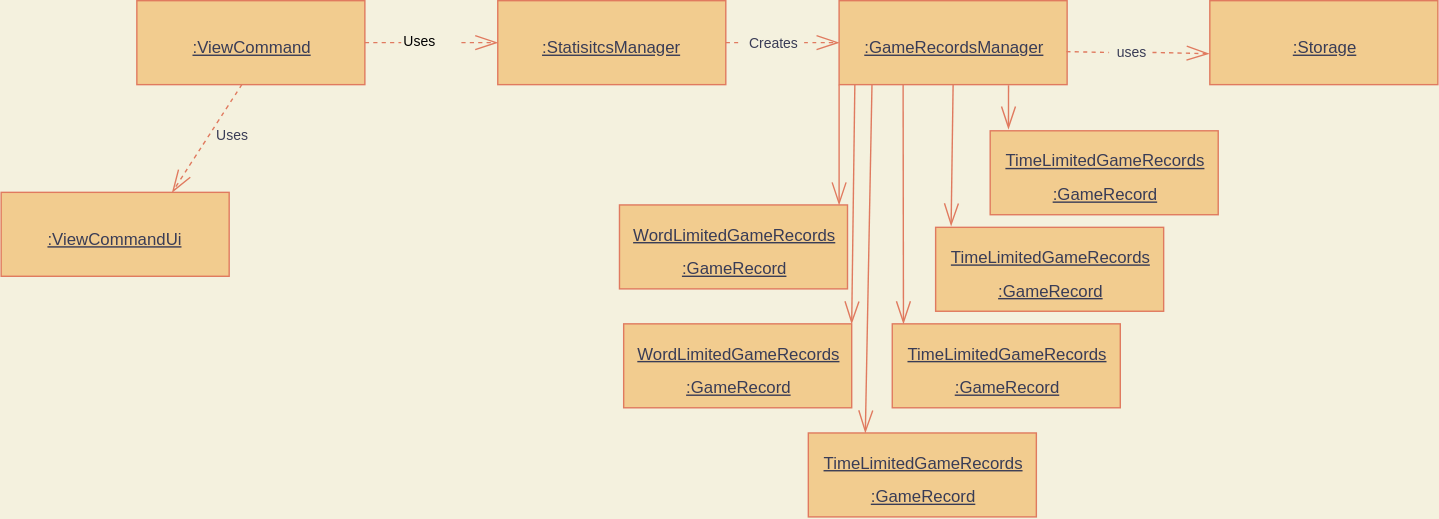
Above: docs/diagrams/ViewStatistics-4.drawio.svg in nus-cs2113-AY2122S1/tp (draw.io), before the change. Source tidied: cells renumbered, new cells last; positions are measured from the earlier drawing's top-left corner, leaving out a move shared by most shapes. The source it was exported from:
```xml
<mxGraphModel background="#F4F1DE">
  <root>
    <mxCell id="0" />
    <mxCell id="1" parent="0" />
    <mxCell id="2" style="edgeStyle=none;rounded=0;sketch=0;hachureGap=4;jettySize=auto;html=1;exitX=1;exitY=0.5;exitDx=0;exitDy=0;fontFamily=Architects Daughter;fontSource=https%3A%2F%2Ffonts.googleapis.com%2Fcss%3Ffamily%3DArchitects%2BDaughter;fontSize=16;endArrow=openThin;startSize=14;endSize=14;targetPerimeterSpacing=8;entryX=0;entryY=0.5;entryDx=0;entryDy=0;endFill=0;strokeColor=#E07A5F;fontColor=#393C56;dashed=1;startArrow=none;startFill=0;labelBackgroundColor=#F4F1DE;" parent="1" edge="1" source="14" target="4">
      <mxGeometry relative="1" as="geometry" />
    </mxCell>
    <mxCell id="3" style="edgeStyle=none;curved=1;rounded=1;sketch=0;hachureGap=4;jettySize=auto;html=1;exitX=1;exitY=0.5;exitDx=0;exitDy=0;entryX=0;entryY=0.5;entryDx=0;entryDy=0;dashed=1;fontFamily=Helvetica;fontSize=10;fontColor=#393C56;startArrow=none;startFill=0;endArrow=openThin;endFill=0;startSize=14;endSize=14;targetPerimeterSpacing=8;strokeColor=#E07A5F;fillColor=#F2CC8F;labelBackgroundColor=#F4F1DE;" parent="1" edge="1" source="12" target="6">
      <mxGeometry relative="1" as="geometry" />
    </mxCell>
    <mxCell id="4" value="&lt;font face=&quot;Helvetica&quot; style=&quot;font-size: 12px&quot;&gt;&lt;u&gt;:StatisitcsManager&lt;/u&gt;&lt;/font&gt;" style="html=1;sketch=0;hachureGap=4;fontFamily=Architects Daughter;fontSource=https%3A%2F%2Ffonts.googleapis.com%2Fcss%3Ffamily%3DArchitects%2BDaughter;fontSize=20;fillColor=#F2CC8F;strokeColor=#E07A5F;fontColor=#393C56;" parent="1" vertex="1">
      <mxGeometry x="355" width="163" height="60" as="geometry" />
    </mxCell>
    <mxCell id="5" value="&lt;font face=&quot;Helvetica&quot; style=&quot;font-size: 12px&quot;&gt;&lt;u&gt;:ViewCommand&lt;/u&gt;&lt;/font&gt;" style="html=1;sketch=0;hachureGap=4;fontFamily=Architects Daughter;fontSource=https%3A%2F%2Ffonts.googleapis.com%2Fcss%3Ffamily%3DArchitects%2BDaughter;fontSize=20;fillColor=#F2CC8F;strokeColor=#E07A5F;fontColor=#393C56;" parent="1" vertex="1">
      <mxGeometry x="97" width="163" height="60" as="geometry" />
    </mxCell>
    <mxCell id="6" value="&lt;font face=&quot;Helvetica&quot; style=&quot;font-size: 12px&quot;&gt;&lt;u&gt;:GameRecordsManager&lt;/u&gt;&lt;/font&gt;" style="html=1;sketch=0;hachureGap=4;fontFamily=Architects Daughter;fontSource=https%3A%2F%2Ffonts.googleapis.com%2Fcss%3Ffamily%3DArchitects%2BDaughter;fontSize=20;fillColor=#F2CC8F;strokeColor=#E07A5F;fontColor=#393C56;" parent="1" vertex="1">
      <mxGeometry x="599" width="163" height="60" as="geometry" />
    </mxCell>
    <mxCell id="7" value="&lt;font face=&quot;Helvetica&quot; style=&quot;font-size: 12px&quot;&gt;&lt;u&gt;WordLimitedGameRecords&lt;br&gt;:GameRecord&lt;/u&gt;&lt;/font&gt;" style="html=1;sketch=0;hachureGap=4;fontFamily=Architects Daughter;fontSource=https%3A%2F%2Ffonts.googleapis.com%2Fcss%3Ffamily%3DArchitects%2BDaughter;fontSize=20;fillColor=#F2CC8F;strokeColor=#E07A5F;fontColor=#393C56;" parent="1" vertex="1">
      <mxGeometry x="445" y="231" width="163" height="60" as="geometry" />
    </mxCell>
    <mxCell id="8" style="edgeStyle=none;rounded=0;sketch=0;hachureGap=4;jettySize=auto;html=1;exitX=1;exitY=0;exitDx=0;exitDy=0;fontFamily=Architects Daughter;fontSource=https%3A%2F%2Ffonts.googleapis.com%2Fcss%3Ffamily%3DArchitects%2BDaughter;fontSize=16;endArrow=none;startSize=14;endSize=14;sourcePerimeterSpacing=8;targetPerimeterSpacing=8;endFill=0;strokeColor=#E07A5F;fontColor=#393C56;entryX=0.069;entryY=0.997;entryDx=0;entryDy=0;startArrow=openThin;startFill=0;labelBackgroundColor=#F4F1DE;entryPerimeter=0;" parent="1" edge="1" source="7" target="6">
      <mxGeometry relative="1" as="geometry" />
    </mxCell>
    <mxCell id="9" style="edgeStyle=none;rounded=0;sketch=0;hachureGap=4;jettySize=auto;html=1;exitX=0.25;exitY=0;exitDx=0;exitDy=0;fontFamily=Architects Daughter;fontSource=https%3A%2F%2Ffonts.googleapis.com%2Fcss%3Ffamily%3DArchitects%2BDaughter;fontSize=16;endArrow=none;startSize=14;endSize=14;sourcePerimeterSpacing=8;targetPerimeterSpacing=8;endFill=0;strokeColor=#E07A5F;fontColor=#393C56;entryX=0.5;entryY=1;entryDx=0;entryDy=0;startArrow=openThin;startFill=0;labelBackgroundColor=#F4F1DE;" parent="1" edge="1" source="10">
      <mxGeometry relative="1" as="geometry">
        <mxPoint x="622.5" y="60" as="targetPoint" />
      </mxGeometry>
    </mxCell>
    <mxCell id="10" value="&lt;font face=&quot;Helvetica&quot; style=&quot;font-size: 12px&quot;&gt;&lt;u&gt;TimeLimitedGameRecords&lt;br&gt;:GameRecord&lt;/u&gt;&lt;/font&gt;" style="html=1;sketch=0;hachureGap=4;fontFamily=Architects Daughter;fontSource=https%3A%2F%2Ffonts.googleapis.com%2Fcss%3Ffamily%3DArchitects%2BDaughter;fontSize=20;fillColor=#F2CC8F;strokeColor=#E07A5F;fontColor=#393C56;" parent="1" vertex="1">
      <mxGeometry x="577" y="309" width="163" height="60" as="geometry" />
    </mxCell>
    <mxCell id="11" value="&lt;font face=&quot;Helvetica&quot; style=&quot;font-size: 12px&quot;&gt;&lt;u&gt;:Storage&lt;/u&gt;&lt;/font&gt;" style="html=1;sketch=0;hachureGap=4;fontFamily=Architects Daughter;fontSource=https%3A%2F%2Ffonts.googleapis.com%2Fcss%3Ffamily%3DArchitects%2BDaughter;fontSize=20;fillColor=#F2CC8F;strokeColor=#E07A5F;fontColor=#393C56;" parent="1" vertex="1">
      <mxGeometry x="864" width="163" height="60" as="geometry" />
    </mxCell>
    <mxCell id="12" value="Creates" style="text;html=1;align=center;verticalAlign=middle;points=[];strokeColor=none;fillColor=none;rounded=0;labelBackgroundColor=none;sketch=1;hachureGap=4;fontFamily=Helvetica;fontSize=10;fontColor=#393C56;" parent="1" vertex="1">
      <mxGeometry x="529" y="22" width="45" height="16" as="geometry" />
    </mxCell>
    <mxCell id="13" style="edgeStyle=none;curved=1;rounded=1;sketch=0;hachureGap=4;jettySize=auto;html=1;exitX=1;exitY=0.5;exitDx=0;exitDy=0;entryX=0;entryY=0.5;entryDx=0;entryDy=0;dashed=1;fontFamily=Helvetica;fontSize=10;fontColor=#393C56;startArrow=none;startFill=0;endArrow=none;endFill=0;startSize=14;endSize=14;sourcePerimeterSpacing=8;strokeColor=#E07A5F;fillColor=#F2CC8F;labelBackgroundColor=#F4F1DE;" parent="1" edge="1" source="4" target="12">
      <mxGeometry relative="1" as="geometry" />
    </mxCell>
    <mxCell id="14" value="&lt;span style=&quot;color: rgb(0 , 0 , 0) ; font-family: &amp;#34;helvetica&amp;#34; ; font-size: 10px ; font-style: normal ; font-weight: 400 ; letter-spacing: normal ; text-align: center ; text-indent: 0px ; text-transform: none ; word-spacing: 0px ; display: inline ; float: none&quot;&gt;Uses&lt;/span&gt;" style="text;whiteSpace=wrap;html=1;fontSize=10;fontFamily=Helvetica;fontColor=#393C56;" parent="1" vertex="1">
      <mxGeometry x="286" y="17" width="43" height="26" as="geometry" />
    </mxCell>
    <mxCell id="15" style="edgeStyle=none;rounded=0;sketch=0;hachureGap=4;jettySize=auto;html=1;exitX=1;exitY=0.5;exitDx=0;exitDy=0;fontFamily=Architects Daughter;fontSource=https%3A%2F%2Ffonts.googleapis.com%2Fcss%3Ffamily%3DArchitects%2BDaughter;fontSize=16;endArrow=none;startSize=14;endSize=14;sourcePerimeterSpacing=8;entryX=0;entryY=0.5;entryDx=0;entryDy=0;endFill=0;strokeColor=#E07A5F;fontColor=#393C56;dashed=1;startArrow=none;startFill=0;labelBackgroundColor=#F4F1DE;" parent="1" edge="1" source="5" target="14">
      <mxGeometry relative="1" as="geometry" />
    </mxCell>
    <mxCell id="16" value="&lt;font face=&quot;Helvetica&quot; style=&quot;font-size: 12px&quot;&gt;&lt;u&gt;:ViewCommandUi&lt;/u&gt;&lt;/font&gt;" style="html=1;sketch=0;hachureGap=4;fontFamily=Architects Daughter;fontSource=https%3A%2F%2Ffonts.googleapis.com%2Fcss%3Ffamily%3DArchitects%2BDaughter;fontSize=20;fillColor=#F2CC8F;strokeColor=#E07A5F;fontColor=#393C56;" parent="1" vertex="1">
      <mxGeometry y="137" width="163" height="60" as="geometry" />
    </mxCell>
    <mxCell id="17" style="edgeStyle=none;curved=1;rounded=1;sketch=0;hachureGap=4;jettySize=auto;html=1;entryX=0.75;entryY=0;entryDx=0;entryDy=0;dashed=1;fontFamily=Helvetica;fontSize=12;fontColor=#393C56;startArrow=none;startFill=0;endArrow=openThin;endFill=0;startSize=14;endSize=14;sourcePerimeterSpacing=8;targetPerimeterSpacing=8;strokeColor=#E07A5F;fillColor=#F2CC8F;exitX=1;exitY=1;exitDx=0;exitDy=0;labelBackgroundColor=#F4F1DE;" parent="1" edge="1" target="16">
      <mxGeometry x="0.12" y="4" relative="1" as="geometry">
        <mxPoint x="172" y="60" as="sourcePoint" />
      </mxGeometry>
    </mxCell>
    <mxCell id="18" value="&lt;font face=&quot;Helvetica&quot;&gt;&lt;span style=&quot;font-size: 10px&quot;&gt;Uses&lt;/span&gt;&lt;/font&gt;" style="text;html=1;align=center;verticalAlign=middle;strokeColor=none;fillColor=none;rounded=0;sketch=1;hachureGap=4;fontFamily=Architects Daughter;fontSource=https%3A%2F%2Ffonts.googleapis.com%2Fcss%3Ffamily%3DArchitects%2BDaughter;fontSize=20;fontColor=#393C56;" parent="1" vertex="1">
      <mxGeometry x="149" y="76" width="33" height="32" as="geometry" />
    </mxCell>
    <mxCell id="19" style="edgeStyle=none;curved=1;rounded=1;sketch=0;hachureGap=4;jettySize=auto;html=1;exitX=1;exitY=0.5;exitDx=0;exitDy=0;entryX=-0.003;entryY=0.631;entryDx=0;entryDy=0;dashed=1;fontFamily=Helvetica;fontSize=10;fontColor=#393C56;startArrow=none;startFill=0;endArrow=openThin;endFill=0;startSize=14;endSize=14;targetPerimeterSpacing=8;strokeColor=#E07A5F;fillColor=#F2CC8F;labelBackgroundColor=#F4F1DE;entryPerimeter=0;" parent="1" edge="1" source="20" target="11">
      <mxGeometry relative="1" as="geometry" />
    </mxCell>
    <mxCell id="20" value="uses" style="text;html=1;align=center;verticalAlign=middle;points=[];strokeColor=none;fillColor=none;rounded=0;labelBackgroundColor=none;sketch=1;hachureGap=4;fontFamily=Helvetica;fontSize=10;fontColor=#393C56;" parent="1" vertex="1">
      <mxGeometry x="792" y="29" width="31" height="16" as="geometry" />
    </mxCell>
    <mxCell id="21" style="edgeStyle=none;curved=1;rounded=1;sketch=0;hachureGap=4;jettySize=auto;html=1;exitX=0.997;exitY=0.607;exitDx=0;exitDy=0;entryX=0;entryY=0.5;entryDx=0;entryDy=0;dashed=1;fontFamily=Helvetica;fontSize=10;fontColor=#393C56;startArrow=none;startFill=0;endArrow=none;endFill=0;startSize=14;endSize=14;sourcePerimeterSpacing=8;strokeColor=#E07A5F;fillColor=#F2CC8F;labelBackgroundColor=#F4F1DE;exitPerimeter=0;" parent="1" edge="1" source="6" target="20">
      <mxGeometry relative="1" as="geometry" />
    </mxCell>
    <mxCell id="22" style="edgeStyle=none;rounded=0;sketch=0;hachureGap=4;jettySize=auto;html=1;fontFamily=Architects Daughter;fontSource=https://fonts.googleapis.com/css?family=Architects+Daughter;fontSize=16;endArrow=none;startSize=14;endSize=14;sourcePerimeterSpacing=8;targetPerimeterSpacing=8;endFill=0;strokeColor=#E07A5F;fontColor=#393C56;startArrow=openThin;startFill=0;labelBackgroundColor=#F4F1DE;exitX=1;exitY=0;exitDx=0;exitDy=0;entryX=0;entryY=1;entryDx=0;entryDy=0;" parent="1" edge="1" target="6">
      <mxGeometry relative="1" as="geometry">
        <mxPoint x="599" y="146" as="sourcePoint" />
      </mxGeometry>
    </mxCell>
    <mxCell id="23" style="edgeStyle=none;rounded=0;sketch=0;hachureGap=4;jettySize=auto;html=1;exitX=0.117;exitY=0.017;exitDx=0;exitDy=0;fontFamily=Architects Daughter;fontSource=https://fonts.googleapis.com/css?family=Architects+Daughter;fontSize=16;endArrow=none;startSize=14;endSize=14;sourcePerimeterSpacing=8;targetPerimeterSpacing=8;endFill=0;strokeColor=#E07A5F;fontColor=#393C56;entryX=0.5;entryY=1;entryDx=0;entryDy=0;startArrow=openThin;startFill=0;labelBackgroundColor=#F4F1DE;exitPerimeter=0;" parent="1" edge="1" target="6">
      <mxGeometry relative="1" as="geometry">
        <mxPoint x="679.1" y="161" as="sourcePoint" />
      </mxGeometry>
    </mxCell>
    <mxCell id="24" style="edgeStyle=none;rounded=0;sketch=0;hachureGap=4;orthogonalLoop=1;jettySize=auto;html=1;fontFamily=Architects Daughter;fontSource=https://fonts.googleapis.com/css?family=Architects+Daughter;fontSize=16;endArrow=none;startSize=14;endSize=14;sourcePerimeterSpacing=8;targetPerimeterSpacing=8;endFill=0;strokeColor=#E07A5F;fontColor=#393C56;entryX=0;entryY=1;entryDx=0;entryDy=0;startArrow=openThin;startFill=0;labelBackgroundColor=#F4F1DE;" parent="1" edge="1">
      <mxGeometry relative="1" as="geometry">
        <mxPoint x="645" y="231" as="sourcePoint" />
        <mxPoint x="644.8" y="60" as="targetPoint" />
      </mxGeometry>
    </mxCell>
    <mxCell id="25" style="edgeStyle=none;rounded=0;sketch=0;hachureGap=4;jettySize=auto;html=1;exitX=0.117;exitY=-0.004;exitDx=0;exitDy=0;fontFamily=Architects Daughter;fontSource=https://fonts.googleapis.com/css?family=Architects+Daughter;fontSize=16;endArrow=none;startSize=14;endSize=14;sourcePerimeterSpacing=8;targetPerimeterSpacing=8;endFill=0;strokeColor=#E07A5F;fontColor=#393C56;startArrow=openThin;startFill=0;labelBackgroundColor=#F4F1DE;exitPerimeter=0;entryX=0.743;entryY=1.006;entryDx=0;entryDy=0;entryPerimeter=0;" parent="1" edge="1" target="6">
      <mxGeometry relative="1" as="geometry">
        <mxPoint x="720.1" y="91.8" as="sourcePoint" />
      </mxGeometry>
    </mxCell>
    <mxCell id="26" value="&lt;font face=&quot;Helvetica&quot; style=&quot;font-size: 12px&quot;&gt;&lt;u&gt;TimeLimitedGameRecords&lt;br&gt;:GameRecord&lt;/u&gt;&lt;/font&gt;" style="html=1;sketch=0;hachureGap=4;fontFamily=Architects Daughter;fontSource=https://fonts.googleapis.com/css?family=Architects+Daughter;fontSize=20;fillColor=#F2CC8F;strokeColor=#E07A5F;fontColor=#393C56;" parent="1" vertex="1">
      <mxGeometry x="637" y="231" width="163" height="60" as="geometry" />
    </mxCell>
    <mxCell id="27" value="&lt;font face=&quot;Helvetica&quot; style=&quot;font-size: 12px&quot;&gt;&lt;u&gt;TimeLimitedGameRecords&lt;br&gt;:GameRecord&lt;/u&gt;&lt;/font&gt;" style="html=1;sketch=0;hachureGap=4;fontFamily=Architects Daughter;fontSource=https://fonts.googleapis.com/css?family=Architects+Daughter;fontSize=20;fillColor=#F2CC8F;strokeColor=#E07A5F;fontColor=#393C56;" parent="1" vertex="1">
      <mxGeometry x="668" y="162" width="163" height="60" as="geometry" />
    </mxCell>
    <mxCell id="28" value="&lt;font face=&quot;Helvetica&quot; style=&quot;font-size: 12px&quot;&gt;&lt;u&gt;TimeLimitedGameRecords&lt;br&gt;:GameRecord&lt;/u&gt;&lt;/font&gt;" style="html=1;sketch=0;hachureGap=4;fontFamily=Architects Daughter;fontSource=https://fonts.googleapis.com/css?family=Architects+Daughter;fontSize=20;fillColor=#F2CC8F;strokeColor=#E07A5F;fontColor=#393C56;" parent="1" vertex="1">
      <mxGeometry x="707" y="93" width="163" height="60" as="geometry" />
    </mxCell>
    <mxCell id="29" value="&lt;font face=&quot;Helvetica&quot; style=&quot;font-size: 12px&quot;&gt;&lt;u&gt;WordLimitedGameRecords&lt;br&gt;:GameRecord&lt;/u&gt;&lt;/font&gt;" style="html=1;sketch=0;hachureGap=4;fontFamily=Architects Daughter;fontSource=https://fonts.googleapis.com/css?family=Architects+Daughter;fontSize=20;fillColor=#F2CC8F;strokeColor=#E07A5F;fontColor=#393C56;" parent="1" vertex="1">
      <mxGeometry x="442" y="146" width="163" height="60" as="geometry" />
    </mxCell>
  </root>
</mxGraphModel>
```
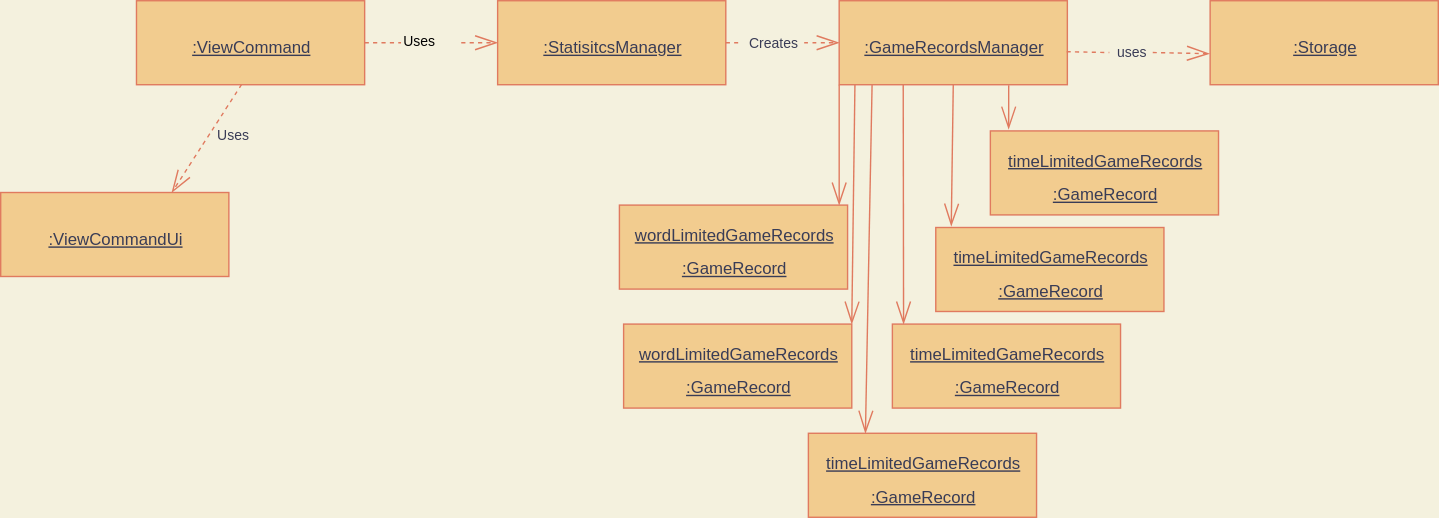
After the change.

Commit message:
Correct format of UserGuide and DeveloperGuide. Correct bug in object diagram.

What changed in the source:
```diff
@@ -17,7 +17,7 @@
     <mxCell id="6" value="&lt;font face=&quot;Helvetica&quot; style=&quot;font-size: 12px&quot;&gt;&lt;u&gt;:GameRecordsManager&lt;/u&gt;&lt;/font&gt;" style="html=1;sketch=0;hachureGap=4;fontFamily=Architects Daughter;fontSource=https%3A%2F%2Ffonts.googleapis.com%2Fcss%3Ffamily%3DArchitects%2BDaughter;fontSize=20;fillColor=#F2CC8F;strokeColor=#E07A5F;fontColor=#393C56;" parent="1" vertex="1">
       <mxGeometry x="599" width="163" height="60" as="geometry" />
     </mxCell>
-    <mxCell id="7" value="&lt;font face=&quot;Helvetica&quot; style=&quot;font-size: 12px&quot;&gt;&lt;u&gt;WordLimitedGameRecords&lt;br&gt;:GameRecord&lt;/u&gt;&lt;/font&gt;" style="html=1;sketch=0;hachureGap=4;fontFamily=Architects Daughter;fontSource=https%3A%2F%2Ffonts.googleapis.com%2Fcss%3Ffamily%3DArchitects%2BDaughter;fontSize=20;fillColor=#F2CC8F;strokeColor=#E07A5F;fontColor=#393C56;" parent="1" vertex="1">
+    <mxCell id="7" value="&lt;font face=&quot;Helvetica&quot; style=&quot;font-size: 12px&quot;&gt;&lt;u&gt;wordLimitedGameRecords&lt;br&gt;:GameRecord&lt;/u&gt;&lt;/font&gt;" style="html=1;sketch=0;hachureGap=4;fontFamily=Architects Daughter;fontSource=https%3A%2F%2Ffonts.googleapis.com%2Fcss%3Ffamily%3DArchitects%2BDaughter;fontSize=20;fillColor=#F2CC8F;strokeColor=#E07A5F;fontColor=#393C56;" parent="1" vertex="1">
       <mxGeometry x="445" y="231" width="163" height="60" as="geometry" />
     </mxCell>
     <mxCell id="8" style="edgeStyle=none;rounded=0;sketch=0;hachureGap=4;jettySize=auto;html=1;exitX=1;exitY=0;exitDx=0;exitDy=0;fontFamily=Architects Daughter;fontSource=https%3A%2F%2Ffonts.googleapis.com%2Fcss%3Ffamily%3DArchitects%2BDaughter;fontSize=16;endArrow=none;startSize=14;endSize=14;sourcePerimeterSpacing=8;targetPerimeterSpacing=8;endFill=0;strokeColor=#E07A5F;fontColor=#393C56;entryX=0.069;entryY=0.997;entryDx=0;entryDy=0;startArrow=openThin;startFill=0;labelBackgroundColor=#F4F1DE;entryPerimeter=0;" parent="1" edge="1" source="7" target="6">
@@ -28,7 +28,7 @@
         <mxPoint x="622.5" y="60" as="targetPoint" />
       </mxGeometry>
     </mxCell>
-    <mxCell id="10" value="&lt;font face=&quot;Helvetica&quot; style=&quot;font-size: 12px&quot;&gt;&lt;u&gt;TimeLimitedGameRecords&lt;br&gt;:GameRecord&lt;/u&gt;&lt;/font&gt;" style="html=1;sketch=0;hachureGap=4;fontFamily=Architects Daughter;fontSource=https%3A%2F%2Ffonts.googleapis.com%2Fcss%3Ffamily%3DArchitects%2BDaughter;fontSize=20;fillColor=#F2CC8F;strokeColor=#E07A5F;fontColor=#393C56;" parent="1" vertex="1">
+    <mxCell id="10" value="&lt;font face=&quot;Helvetica&quot; style=&quot;font-size: 12px&quot;&gt;&lt;u&gt;timeLimitedGameRecords&lt;br&gt;:GameRecord&lt;/u&gt;&lt;/font&gt;" style="html=1;sketch=0;hachureGap=4;fontFamily=Architects Daughter;fontSource=https%3A%2F%2Ffonts.googleapis.com%2Fcss%3Ffamily%3DArchitects%2BDaughter;fontSize=20;fillColor=#F2CC8F;strokeColor=#E07A5F;fontColor=#393C56;" parent="1" vertex="1">
       <mxGeometry x="577" y="309" width="163" height="60" as="geometry" />
     </mxCell>
     <mxCell id="11" value="&lt;font face=&quot;Helvetica&quot; style=&quot;font-size: 12px&quot;&gt;&lt;u&gt;:Storage&lt;/u&gt;&lt;/font&gt;" style="html=1;sketch=0;hachureGap=4;fontFamily=Architects Daughter;fontSource=https%3A%2F%2Ffonts.googleapis.com%2Fcss%3Ffamily%3DArchitects%2BDaughter;fontSize=20;fillColor=#F2CC8F;strokeColor=#E07A5F;fontColor=#393C56;" parent="1" vertex="1">
@@ -87,16 +87,16 @@
         <mxPoint x="720.1" y="91.8" as="sourcePoint" />
       </mxGeometry>
     </mxCell>
-    <mxCell id="26" value="&lt;font face=&quot;Helvetica&quot; style=&quot;font-size: 12px&quot;&gt;&lt;u&gt;TimeLimitedGameRecords&lt;br&gt;:GameRecord&lt;/u&gt;&lt;/font&gt;" style="html=1;sketch=0;hachureGap=4;fontFamily=Architects Daughter;fontSource=https://fonts.googleapis.com/css?family=Architects+Daughter;fontSize=20;fillColor=#F2CC8F;strokeColor=#E07A5F;fontColor=#393C56;" parent="1" vertex="1">
+    <mxCell id="26" value="&lt;font face=&quot;Helvetica&quot; style=&quot;font-size: 12px&quot;&gt;&lt;u&gt;timeLimitedGameRecords&lt;br&gt;:GameRecord&lt;/u&gt;&lt;/font&gt;" style="html=1;sketch=0;hachureGap=4;fontFamily=Architects Daughter;fontSource=https://fonts.googleapis.com/css?family=Architects+Daughter;fontSize=20;fillColor=#F2CC8F;strokeColor=#E07A5F;fontColor=#393C56;" parent="1" vertex="1">
       <mxGeometry x="637" y="231" width="163" height="60" as="geometry" />
     </mxCell>
-    <mxCell id="27" value="&lt;font face=&quot;Helvetica&quot; style=&quot;font-size: 12px&quot;&gt;&lt;u&gt;TimeLimitedGameRecords&lt;br&gt;:GameRecord&lt;/u&gt;&lt;/font&gt;" style="html=1;sketch=0;hachureGap=4;fontFamily=Architects Daughter;fontSource=https://fonts.googleapis.com/css?family=Architects+Daughter;fontSize=20;fillColor=#F2CC8F;strokeColor=#E07A5F;fontColor=#393C56;" parent="1" vertex="1">
+    <mxCell id="27" value="&lt;font face=&quot;Helvetica&quot; style=&quot;font-size: 12px&quot;&gt;&lt;u&gt;timeLimitedGameRecords&lt;br&gt;:GameRecord&lt;/u&gt;&lt;/font&gt;" style="html=1;sketch=0;hachureGap=4;fontFamily=Architects Daughter;fontSource=https://fonts.googleapis.com/css?family=Architects+Daughter;fontSize=20;fillColor=#F2CC8F;strokeColor=#E07A5F;fontColor=#393C56;" parent="1" vertex="1">
       <mxGeometry x="668" y="162" width="163" height="60" as="geometry" />
     </mxCell>
-    <mxCell id="28" value="&lt;font face=&quot;Helvetica&quot; style=&quot;font-size: 12px&quot;&gt;&lt;u&gt;TimeLimitedGameRecords&lt;br&gt;:GameRecord&lt;/u&gt;&lt;/font&gt;" style="html=1;sketch=0;hachureGap=4;fontFamily=Architects Daughter;fontSource=https://fonts.googleapis.com/css?family=Architects+Daughter;fontSize=20;fillColor=#F2CC8F;strokeColor=#E07A5F;fontColor=#393C56;" parent="1" vertex="1">
+    <mxCell id="28" value="&lt;font face=&quot;Helvetica&quot; style=&quot;font-size: 12px&quot;&gt;&lt;u&gt;timeLimitedGameRecords&lt;br&gt;:GameRecord&lt;/u&gt;&lt;/font&gt;" style="html=1;sketch=0;hachureGap=4;fontFamily=Architects Daughter;fontSource=https://fonts.googleapis.com/css?family=Architects+Daughter;fontSize=20;fillColor=#F2CC8F;strokeColor=#E07A5F;fontColor=#393C56;" parent="1" vertex="1">
       <mxGeometry x="707" y="93" width="163" height="60" as="geometry" />
     </mxCell>
-    <mxCell id="29" value="&lt;font face=&quot;Helvetica&quot; style=&quot;font-size: 12px&quot;&gt;&lt;u&gt;WordLimitedGameRecords&lt;br&gt;:GameRecord&lt;/u&gt;&lt;/font&gt;" style="html=1;sketch=0;hachureGap=4;fontFamily=Architects Daughter;fontSource=https://fonts.googleapis.com/css?family=Architects+Daughter;fontSize=20;fillColor=#F2CC8F;strokeColor=#E07A5F;fontColor=#393C56;" parent="1" vertex="1">
+    <mxCell id="29" value="&lt;font face=&quot;Helvetica&quot; style=&quot;font-size: 12px&quot;&gt;&lt;u&gt;wordLimitedGameRecords&lt;br&gt;:GameRecord&lt;/u&gt;&lt;/font&gt;" style="html=1;sketch=0;hachureGap=4;fontFamily=Architects Daughter;fontSource=https://fonts.googleapis.com/css?family=Architects+Daughter;fontSize=20;fillColor=#F2CC8F;strokeColor=#E07A5F;fontColor=#393C56;" parent="1" vertex="1">
       <mxGeometry x="442" y="146" width="163" height="60" as="geometry" />
     </mxCell>
   </root>
```
